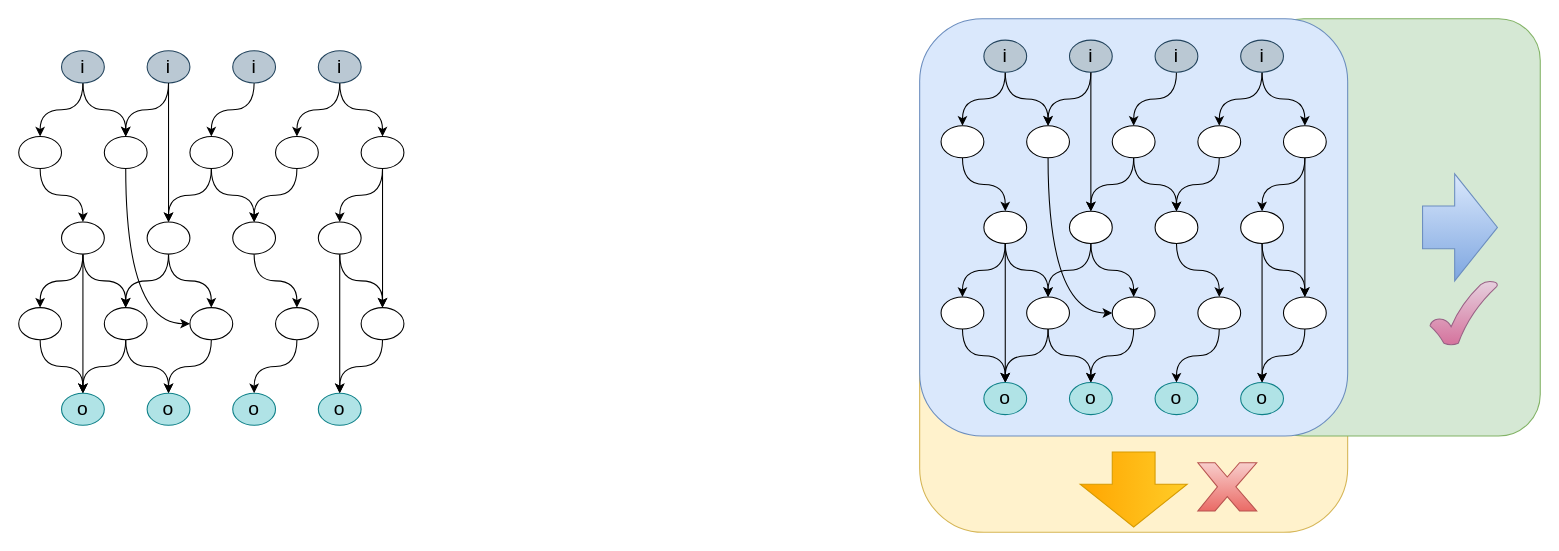
Dercury/CLDK keeps this draw.io diagram as page "第 1 页" (1 of 3) of zolon.drawio. Above is the earlier version. Source tidied: cells renumbered, new cells numbered last; positions are measured from the earlier drawing's top-left corner, leaving out a move shared by most shapes. Both pictures are drawn from the tidied source at 107%, with x=0, y=0 at pixel (18, 18).
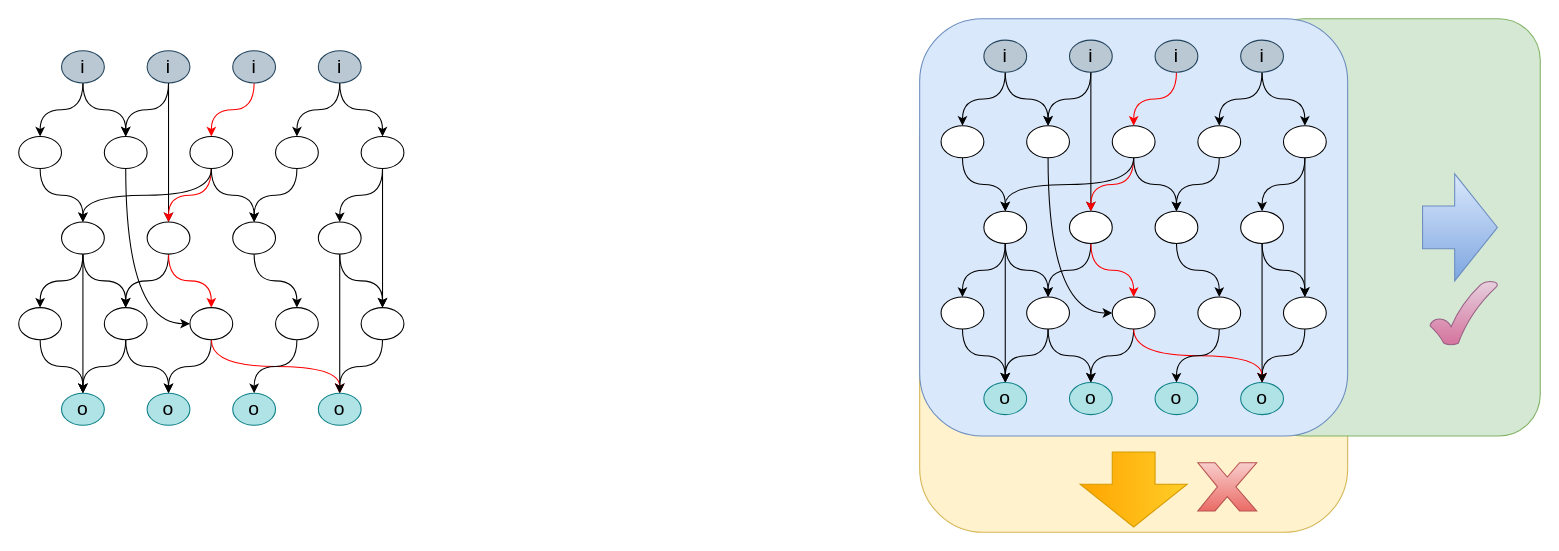
Above is the later version.

Unchanged cells that the change refers to:
```xml
<mxCell id="11" value="i" style="ellipse;whiteSpace=wrap;html=1;fontSize=18;fillColor=#bac8d3;strokeColor=#23445d;" parent="1" vertex="1">
  <mxGeometry x="1062" y="20" width="40" height="30" as="geometry" />
</mxCell>
<mxCell id="22" style="ellipse;whiteSpace=wrap;html=1;" parent="1" vertex="1">
  <mxGeometry x="1022" y="100" width="40" height="30" as="geometry" />
</mxCell>
<mxCell id="31" style="ellipse;whiteSpace=wrap;html=1;" parent="1" vertex="1">
  <mxGeometry x="902" y="180" width="40" height="30" as="geometry" />
</mxCell>
<mxCell id="34" style="ellipse;whiteSpace=wrap;html=1;" parent="1" vertex="1">
  <mxGeometry x="982" y="180" width="40" height="30" as="geometry" />
</mxCell>
<mxCell id="46" style="ellipse;whiteSpace=wrap;html=1;" parent="1" vertex="1">
  <mxGeometry x="1022" y="260" width="40" height="30" as="geometry" />
</mxCell>
<mxCell id="54" value="o" style="ellipse;whiteSpace=wrap;html=1;fontSize=18;fillColor=#b0e3e6;strokeColor=#0e8088;" parent="1" vertex="1">
  <mxGeometry x="1142" y="340" width="40" height="30" as="geometry" />
</mxCell>
<mxCell id="65" value="i" style="ellipse;whiteSpace=wrap;html=1;fontSize=18;fillColor=#bac8d3;strokeColor=#23445d;" parent="1" vertex="1">
  <mxGeometry x="200" y="30" width="40" height="30" as="geometry" />
</mxCell>
<mxCell id="76" style="ellipse;whiteSpace=wrap;html=1;" parent="1" vertex="1">
  <mxGeometry x="160" y="110" width="40" height="30" as="geometry" />
</mxCell>
<mxCell id="85" style="ellipse;whiteSpace=wrap;html=1;" parent="1" vertex="1">
  <mxGeometry x="40" y="190" width="40" height="30" as="geometry" />
</mxCell>
<mxCell id="88" style="ellipse;whiteSpace=wrap;html=1;" parent="1" vertex="1">
  <mxGeometry x="120" y="190" width="40" height="30" as="geometry" />
</mxCell>
<mxCell id="100" style="ellipse;whiteSpace=wrap;html=1;" parent="1" vertex="1">
  <mxGeometry x="160" y="270" width="40" height="30" as="geometry" />
</mxCell>
<mxCell id="108" value="o" style="ellipse;whiteSpace=wrap;html=1;fontSize=18;fillColor=#b0e3e6;strokeColor=#0e8088;" parent="1" vertex="1">
  <mxGeometry x="280" y="350" width="40" height="30" as="geometry" />
</mxCell>
```

Diff of the diagram source:
```diff
@@
-    <mxCell id="10" style="edgeStyle=orthogonalEdgeStyle;rounded=0;jettySize=auto;html=1;exitX=0.5;exitY=1;exitDx=0;exitDy=0;curved=1;" parent="1" edge="1" source="11" target="22">
+    <mxCell id="10" style="edgeStyle=orthogonalEdgeStyle;rounded=0;jettySize=auto;html=1;exitX=0.5;exitY=1;exitDx=0;exitDy=0;curved=1;strokeColor=#FF0000;" parent="1" edge="1" source="11" target="22">
       <mxGeometry relative="1" as="geometry" />
     </mxCell>
@@
-    <mxCell id="20" style="edgeStyle=orthogonalEdgeStyle;shape=connector;curved=1;rounded=0;jettySize=auto;html=1;exitX=0.5;exitY=1;exitDx=0;exitDy=0;strokeColor=default;align=center;verticalAlign=middle;fontFamily=Helvetica;fontSize=11;fontColor=default;labelBackgroundColor=default;endArrow=classic;" parent="1" edge="1" source="22" target="34">
+    <mxCell id="20" style="edgeStyle=orthogonalEdgeStyle;shape=connector;curved=1;rounded=0;jettySize=auto;html=1;exitX=0.5;exitY=1;exitDx=0;exitDy=0;strokeColor=#FF0000;align=center;verticalAlign=middle;fontFamily=Helvetica;fontSize=11;fontColor=default;labelBackgroundColor=default;endArrow=classic;" parent="1" edge="1" source="22" target="34">
       <mxGeometry relative="1" as="geometry" />
     </mxCell>
@@
+    <mxCell id="109" style="edgeStyle=orthogonalEdgeStyle;shape=connector;curved=1;rounded=0;jettySize=auto;html=1;strokeColor=default;align=center;verticalAlign=middle;fontFamily=Helvetica;fontSize=11;fontColor=default;labelBackgroundColor=default;endArrow=classic;exitX=0.5;exitY=1;exitDx=0;exitDy=0;" parent="1" edge="1" source="22" target="31">
+      <mxGeometry relative="1" as="geometry" />
+    </mxCell>
@@
-    <mxCell id="33" style="edgeStyle=orthogonalEdgeStyle;shape=connector;curved=1;rounded=0;jettySize=auto;html=1;strokeColor=default;align=center;verticalAlign=middle;fontFamily=Helvetica;fontSize=11;fontColor=default;labelBackgroundColor=default;endArrow=classic;" parent="1" edge="1" source="34" target="46">
+    <mxCell id="33" style="edgeStyle=orthogonalEdgeStyle;shape=connector;curved=1;rounded=0;jettySize=auto;html=1;strokeColor=#FF0000;align=center;verticalAlign=middle;fontFamily=Helvetica;fontSize=11;fontColor=default;labelBackgroundColor=default;endArrow=classic;" parent="1" edge="1" source="34" target="46">
       <mxGeometry relative="1" as="geometry" />
     </mxCell>
@@
+    <mxCell id="110" style="edgeStyle=orthogonalEdgeStyle;shape=connector;curved=1;rounded=0;jettySize=auto;html=1;exitX=0.5;exitY=1;exitDx=0;exitDy=0;strokeColor=#FF0000;align=center;verticalAlign=middle;fontFamily=Helvetica;fontSize=11;fontColor=default;labelBackgroundColor=default;endArrow=classic;" parent="1" edge="1" source="46" target="54">
+      <mxGeometry relative="1" as="geometry" />
+    </mxCell>
@@
-    <mxCell id="64" style="edgeStyle=orthogonalEdgeStyle;rounded=0;jettySize=auto;html=1;exitX=0.5;exitY=1;exitDx=0;exitDy=0;curved=1;" parent="1" edge="1" source="65" target="76">
+    <mxCell id="64" style="edgeStyle=orthogonalEdgeStyle;rounded=0;jettySize=auto;html=1;exitX=0.5;exitY=1;exitDx=0;exitDy=0;curved=1;strokeColor=#FF0000;" parent="1" edge="1" source="65" target="76">
       <mxGeometry relative="1" as="geometry" />
     </mxCell>
@@
-    <mxCell id="74" style="edgeStyle=orthogonalEdgeStyle;shape=connector;curved=1;rounded=0;jettySize=auto;html=1;exitX=0.5;exitY=1;exitDx=0;exitDy=0;strokeColor=default;align=center;verticalAlign=middle;fontFamily=Helvetica;fontSize=11;fontColor=default;labelBackgroundColor=default;endArrow=classic;" parent="1" edge="1" source="76" target="88">
+    <mxCell id="74" style="edgeStyle=orthogonalEdgeStyle;shape=connector;curved=1;rounded=0;jettySize=auto;html=1;exitX=0.5;exitY=1;exitDx=0;exitDy=0;strokeColor=#FF0000;align=center;verticalAlign=middle;fontFamily=Helvetica;fontSize=11;fontColor=default;labelBackgroundColor=default;endArrow=classic;" parent="1" edge="1" source="76" target="88">
       <mxGeometry relative="1" as="geometry" />
     </mxCell>
@@
+    <mxCell id="111" style="edgeStyle=orthogonalEdgeStyle;shape=connector;curved=1;rounded=0;jettySize=auto;html=1;exitX=0.5;exitY=1;exitDx=0;exitDy=0;strokeColor=default;align=center;verticalAlign=middle;fontFamily=Helvetica;fontSize=11;fontColor=default;labelBackgroundColor=default;endArrow=classic;" parent="1" edge="1" source="76" target="85">
+      <mxGeometry relative="1" as="geometry" />
+    </mxCell>
@@
-    <mxCell id="87" style="edgeStyle=orthogonalEdgeStyle;shape=connector;curved=1;rounded=0;jettySize=auto;html=1;strokeColor=default;align=center;verticalAlign=middle;fontFamily=Helvetica;fontSize=11;fontColor=default;labelBackgroundColor=default;endArrow=classic;" parent="1" edge="1" source="88" target="100">
+    <mxCell id="87" style="edgeStyle=orthogonalEdgeStyle;shape=connector;curved=1;rounded=0;jettySize=auto;html=1;strokeColor=#FF0000;align=center;verticalAlign=middle;fontFamily=Helvetica;fontSize=11;fontColor=default;labelBackgroundColor=default;endArrow=classic;" parent="1" edge="1" source="88" target="100">
       <mxGeometry relative="1" as="geometry" />
     </mxCell>
@@
+    <mxCell id="112" style="edgeStyle=orthogonalEdgeStyle;shape=connector;curved=1;rounded=0;jettySize=auto;html=1;strokeColor=#FF0000;align=center;verticalAlign=middle;fontFamily=Helvetica;fontSize=11;fontColor=default;labelBackgroundColor=default;endArrow=classic;exitX=0.5;exitY=1;exitDx=0;exitDy=0;" parent="1" edge="1" source="100" target="108">
+      <mxGeometry relative="1" as="geometry" />
+    </mxCell>
```
